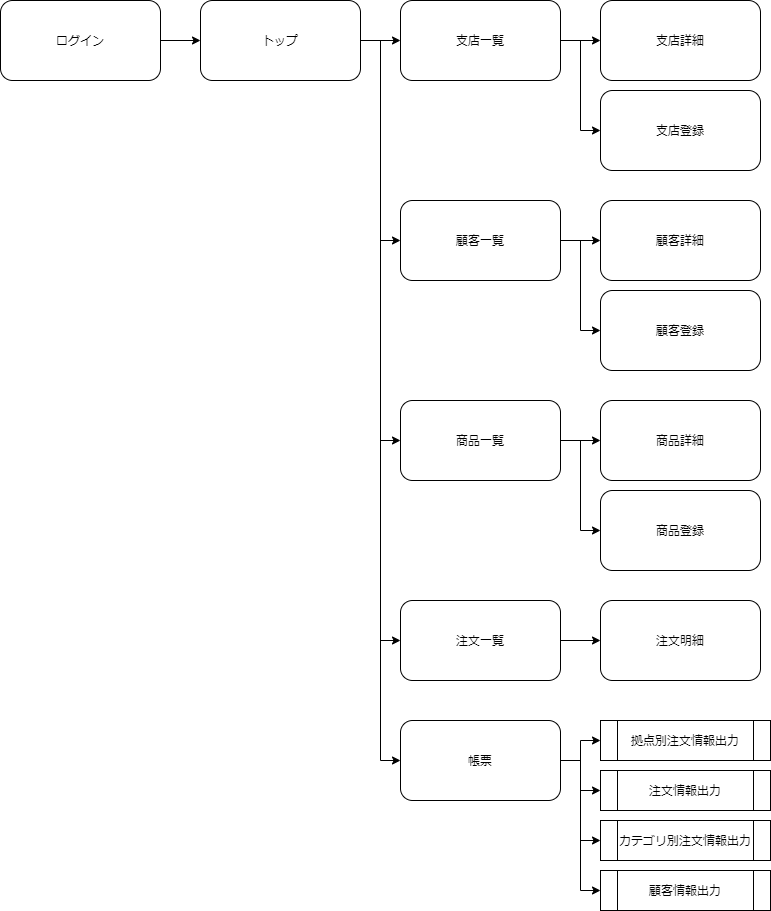
HasegawaTakatune/PHPSandbox keeps this draw.io diagram as SalesDataDisplay/SalesDataDisplay_ScreenFlow.png. Above is the earlier version. Source tidied: cells renumbered, new cells last; positions are measured from the earlier drawing's top-left corner, leaving out a move shared by most shapes.
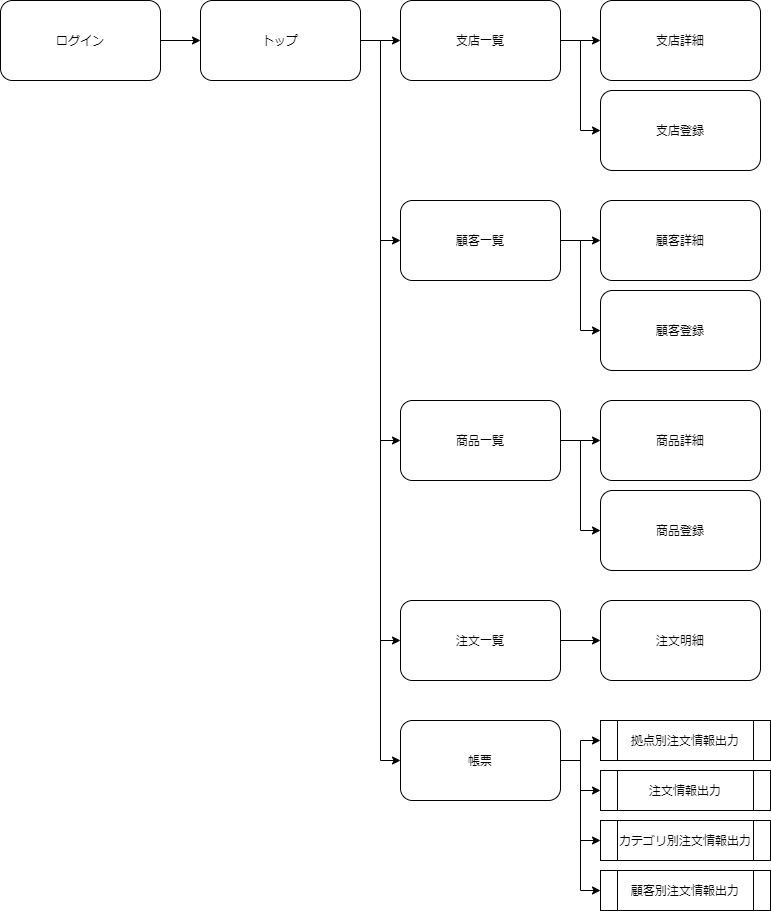
The same diagram one commit later.

The edit, as a diff of the source:
```diff
@@ -101,7 +101,7 @@
     <mxCell id="34" value="注文情報出力" style="shape=process;whiteSpace=wrap;html=1;backgroundOutline=1;" parent="1" vertex="1">
       <mxGeometry x="600" y="770" width="170" height="40" as="geometry" />
     </mxCell>
-    <mxCell id="35" value="顧客情報出力" style="shape=process;whiteSpace=wrap;html=1;backgroundOutline=1;" parent="1" vertex="1">
+    <mxCell id="35" value="顧客別注文情報出力" style="shape=process;whiteSpace=wrap;html=1;backgroundOutline=1;" parent="1" vertex="1">
       <mxGeometry x="600" y="870" width="170" height="40" as="geometry" />
     </mxCell>
     <mxCell id="36" value="カテゴリ別注文情報出力" style="shape=process;whiteSpace=wrap;html=1;backgroundOutline=1;" parent="1" vertex="1">
```
